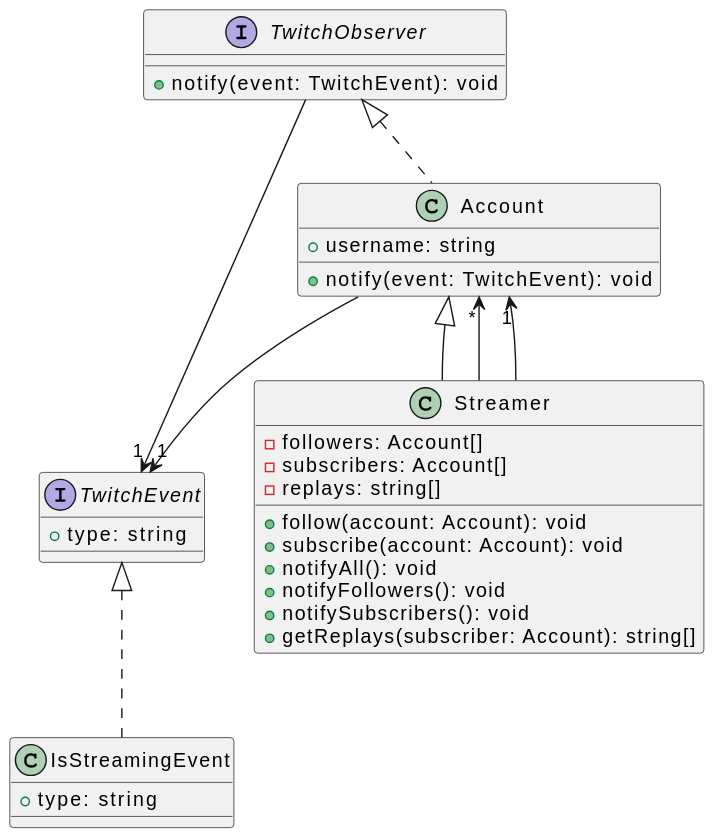
The PlantUML diagram generated/observer.svg in Di-KaZ/architechture_logiciel_ynov, before a commit.
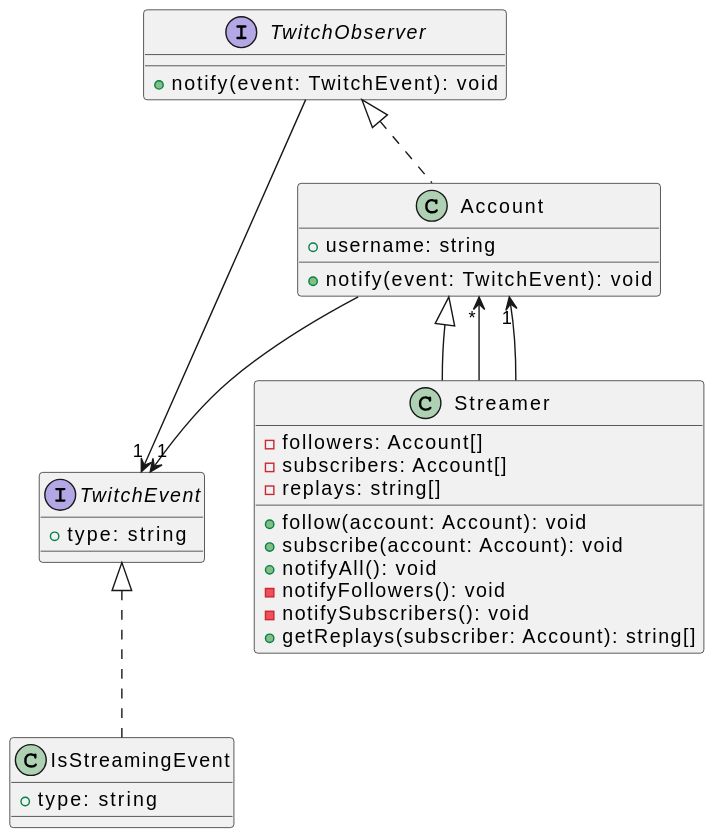
Later version of the same file.

What changed in the source:
```diff
@@ -19,8 +19,8 @@
     +follow(account: Account): void
     +subscribe(account: Account): void
     +notifyAll(): void
-    +notifyFollowers(): void
-    +notifySubscribers(): void
+    -notifyFollowers(): void
+    -notifySubscribers(): void
     +getReplays(subscriber: Account): string[]
 }
 TwitchObserver --> "1" TwitchEvent
```
